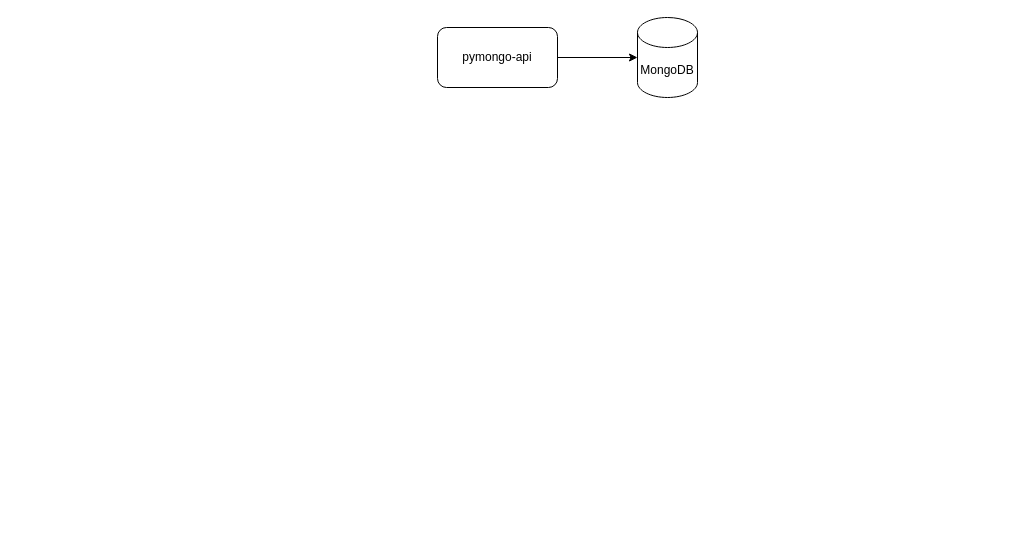
Earlier version of the draw.io diagram task1/task1_shards_with_replicas.drawio (Rainbow42/architecture-pro-black_friday). Source tidied: cells renumbered, new cells numbered last; positions are measured from the earlier drawing's top-left corner, leaving out a move shared by most shapes. Both pictures are drawn from the tidied source at 100%, with x=0, y=0 at pixel (437, 17).
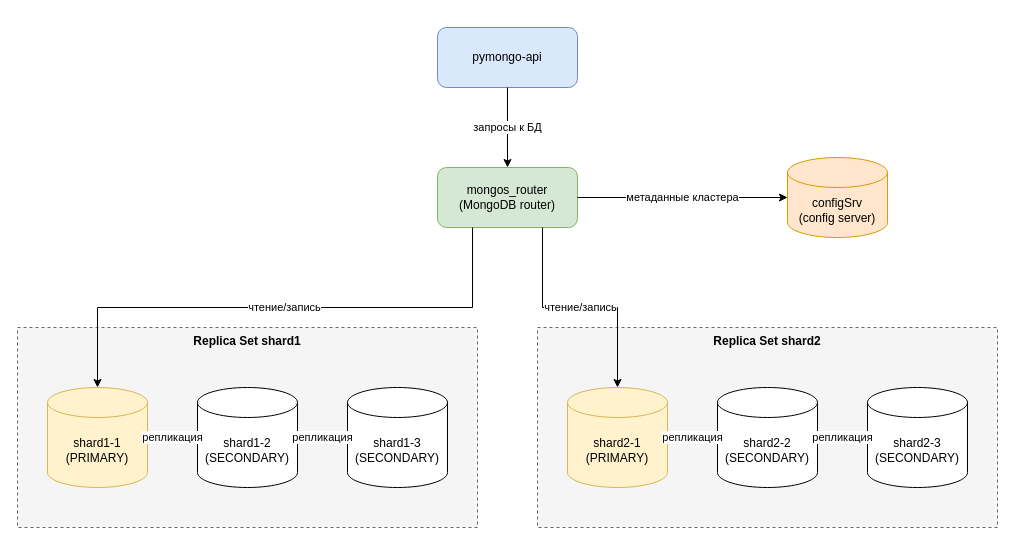
Above is the later version.

Change to the diagram source:
```diff
@@
-    <mxCell id="2" value="MongoDB" style="shape=cylinder3;whiteSpace=wrap;html=1;boundedLbl=1;backgroundOutline=1;size=15;" parent="1" vertex="1">
-      <mxGeometry x="200" width="60" height="80" as="geometry" />
-    </mxCell>
-    <mxCell id="3" value="pymongo-api" style="rounded=1;whiteSpace=wrap;html=1;" parent="1" vertex="1">
-      <mxGeometry y="10" width="120" height="60" as="geometry" />
+    <mxCell id="3" value="pymongo-api" style="rounded=1;whiteSpace=wrap;html=1;fillColor=#dae8fc;strokeColor=#6c8ebf;" parent="1" vertex="1">
+      <mxGeometry y="10" width="140" height="60" as="geometry" />
     </mxCell>
-    <mxCell id="4" style="edgeStyle=orthogonalEdgeStyle;rounded=0;jettySize=auto;html=1;exitX=1;exitY=0.5;exitDx=0;exitDy=0;entryX=0;entryY=0.5;entryDx=0;entryDy=0;entryPerimeter=0;" parent="1" edge="1" source="3" target="2">
-      <mxGeometry relative="1" as="geometry" />
-    </mxCell>
+    <mxCell id="5" value="mongos_router&#10;(MongoDB router)" style="rounded=1;whiteSpace=wrap;html=1;fillColor=#d5e8d4;strokeColor=#82b366;" parent="1" vertex="1">
+      <mxGeometry y="150" width="140" height="60" as="geometry" />
+    </mxCell>
+    <mxCell id="6" value="configSrv&#10;(config server)" style="shape=cylinder3;whiteSpace=wrap;html=1;boundedLbl=1;backgroundOutline=1;size=15;fillColor=#ffe6cc;strokeColor=#d79b00;" parent="1" vertex="1">
+      <mxGeometry x="350" y="140" width="100" height="80" as="geometry" />
+    </mxCell>
+    <mxCell id="7" value="Replica Set shard1" style="rounded=0;whiteSpace=wrap;html=1;dashed=1;verticalAlign=top;fillColor=#f5f5f5;strokeColor=#666666;fontStyle=1;" parent="1" vertex="1">
+      <mxGeometry x="-420" y="310" width="460" height="200" as="geometry" />
+    </mxCell>
+    <mxCell id="8" value="shard1-1&#10;(PRIMARY)" style="shape=cylinder3;whiteSpace=wrap;html=1;boundedLbl=1;backgroundOutline=1;size=15;fillColor=#fff2cc;strokeColor=#d6b656;" parent="7" vertex="1">
+      <mxGeometry x="30" y="60" width="100" height="100" as="geometry" />
+    </mxCell>
+    <mxCell id="9" value="shard1-2&#10;(SECONDARY)" style="shape=cylinder3;whiteSpace=wrap;html=1;boundedLbl=1;backgroundOutline=1;size=15;" parent="7" vertex="1">
+      <mxGeometry x="180" y="60" width="100" height="100" as="geometry" />
+    </mxCell>
+    <mxCell id="10" value="shard1-3&#10;(SECONDARY)" style="shape=cylinder3;whiteSpace=wrap;html=1;boundedLbl=1;backgroundOutline=1;size=15;" parent="7" vertex="1">
+      <mxGeometry x="330" y="60" width="100" height="100" as="geometry" />
+    </mxCell>
+    <mxCell id="11" value="Replica Set shard2" style="rounded=0;whiteSpace=wrap;html=1;dashed=1;verticalAlign=top;fillColor=#f5f5f5;strokeColor=#666666;fontStyle=1;" parent="1" vertex="1">
+      <mxGeometry x="100" y="310" width="460" height="200" as="geometry" />
+    </mxCell>
+    <mxCell id="12" value="shard2-1&#10;(PRIMARY)" style="shape=cylinder3;whiteSpace=wrap;html=1;boundedLbl=1;backgroundOutline=1;size=15;fillColor=#fff2cc;strokeColor=#d6b656;" parent="11" vertex="1">
+      <mxGeometry x="30" y="60" width="100" height="100" as="geometry" />
+    </mxCell>
+    <mxCell id="13" value="shard2-2&#10;(SECONDARY)" style="shape=cylinder3;whiteSpace=wrap;html=1;boundedLbl=1;backgroundOutline=1;size=15;" parent="11" vertex="1">
+      <mxGeometry x="180" y="60" width="100" height="100" as="geometry" />
+    </mxCell>
+    <mxCell id="14" value="shard2-3&#10;(SECONDARY)" style="shape=cylinder3;whiteSpace=wrap;html=1;boundedLbl=1;backgroundOutline=1;size=15;" parent="11" vertex="1">
+      <mxGeometry x="330" y="60" width="100" height="100" as="geometry" />
+    </mxCell>
+    <mxCell id="15" value="запросы к БД" style="edgeStyle=orthogonalEdgeStyle;rounded=0;jettySize=auto;html=1;exitX=0.5;exitY=1;exitDx=0;exitDy=0;entryX=0.5;entryY=0;entryDx=0;entryDy=0;" parent="1" edge="1" source="3" target="5">
+      <mxGeometry relative="1" as="geometry" />
+    </mxCell>
+    <mxCell id="16" value="метаданные кластера" style="edgeStyle=orthogonalEdgeStyle;rounded=0;jettySize=auto;html=1;exitX=1;exitY=0.5;exitDx=0;exitDy=0;entryX=0;entryY=0.5;entryDx=0;entryDy=0;entryPerimeter=0;" parent="1" edge="1" source="5" target="6">
+      <mxGeometry relative="1" as="geometry" />
+    </mxCell>
+    <mxCell id="17" value="чтение/запись" style="edgeStyle=orthogonalEdgeStyle;rounded=0;jettySize=auto;html=1;exitX=0.25;exitY=1;exitDx=0;exitDy=0;entryX=0.5;entryY=0;entryDx=0;entryDy=0;entryPerimeter=0;" parent="1" edge="1" source="5" target="8">
+      <mxGeometry relative="1" as="geometry" />
+    </mxCell>
+    <mxCell id="18" value="чтение/запись" style="edgeStyle=orthogonalEdgeStyle;rounded=0;jettySize=auto;html=1;exitX=0.75;exitY=1;exitDx=0;exitDy=0;entryX=0.5;entryY=0;entryDx=0;entryDy=0;entryPerimeter=0;" parent="1" edge="1" source="5" target="12">
+      <mxGeometry relative="1" as="geometry" />
+    </mxCell>
+    <mxCell id="19" value="репликация" style="edgeStyle=orthogonalEdgeStyle;rounded=0;jettySize=auto;html=1;dashed=1;exitX=1;exitY=0.5;exitDx=0;exitDy=0;entryX=0;entryY=0.5;entryDx=0;entryDy=0;entryPerimeter=0;exitPerimeter=0;" parent="1" edge="1" source="8" target="9">
+      <mxGeometry relative="1" as="geometry" />
+    </mxCell>
+    <mxCell id="20" value="репликация" style="edgeStyle=orthogonalEdgeStyle;rounded=0;jettySize=auto;html=1;dashed=1;exitX=1;exitY=0.5;exitDx=0;exitDy=0;entryX=0;entryY=0.5;entryDx=0;entryDy=0;entryPerimeter=0;exitPerimeter=0;" parent="1" edge="1" source="9" target="10">
+      <mxGeometry relative="1" as="geometry" />
+    </mxCell>
+    <mxCell id="21" value="репликация" style="edgeStyle=orthogonalEdgeStyle;rounded=0;jettySize=auto;html=1;dashed=1;exitX=1;exitY=0.5;exitDx=0;exitDy=0;entryX=0;entryY=0.5;entryDx=0;entryDy=0;entryPerimeter=0;exitPerimeter=0;" parent="1" edge="1" source="12" target="13">
+      <mxGeometry relative="1" as="geometry" />
+    </mxCell>
+    <mxCell id="22" value="репликация" style="edgeStyle=orthogonalEdgeStyle;rounded=0;jettySize=auto;html=1;dashed=1;exitX=1;exitY=0.5;exitDx=0;exitDy=0;entryX=0;entryY=0.5;entryDx=0;entryDy=0;entryPerimeter=0;exitPerimeter=0;" parent="1" edge="1" source="13" target="14">
+      <mxGeometry relative="1" as="geometry" />
+    </mxCell>
```
